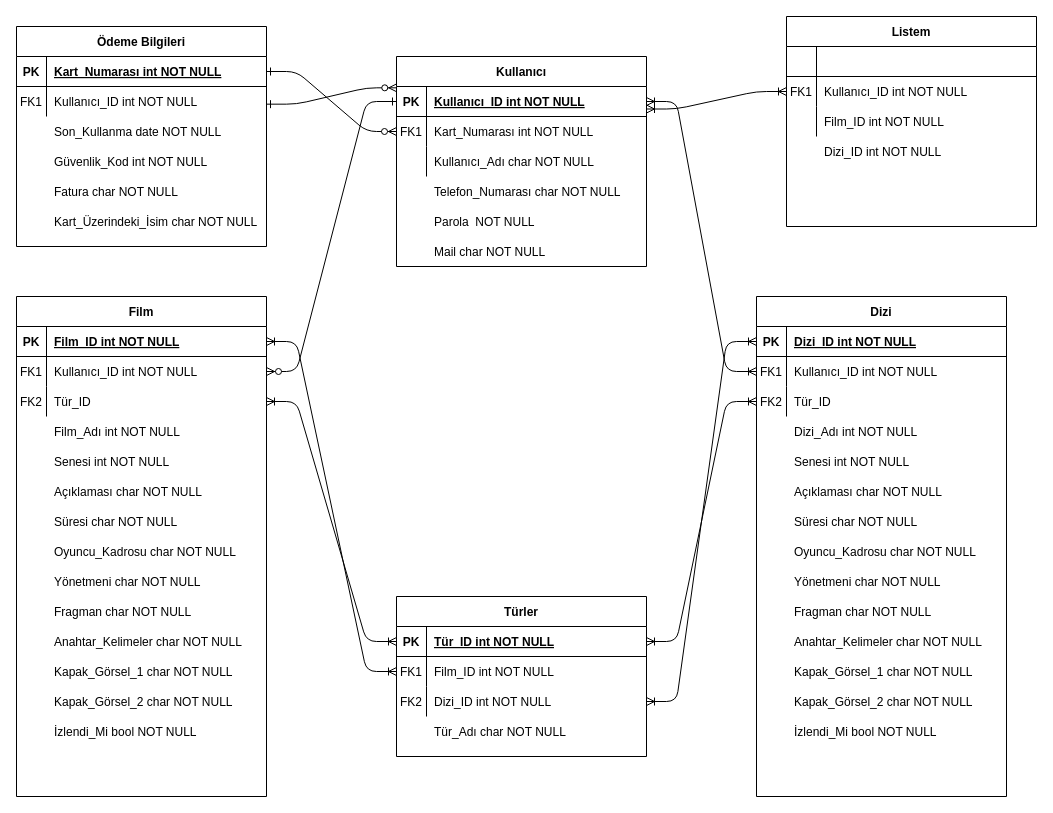
This is netflixv2.drawio from cannozbek/hello-world, a draw.io file, before an edit. Source tidied: cells renumbered, new cells numbered last; positions are measured from the earlier drawing's top-left corner, leaving out a move shared by most shapes. Both pictures are drawn from the tidied source at 100%, with x=0, y=0 at pixel (16, 16).
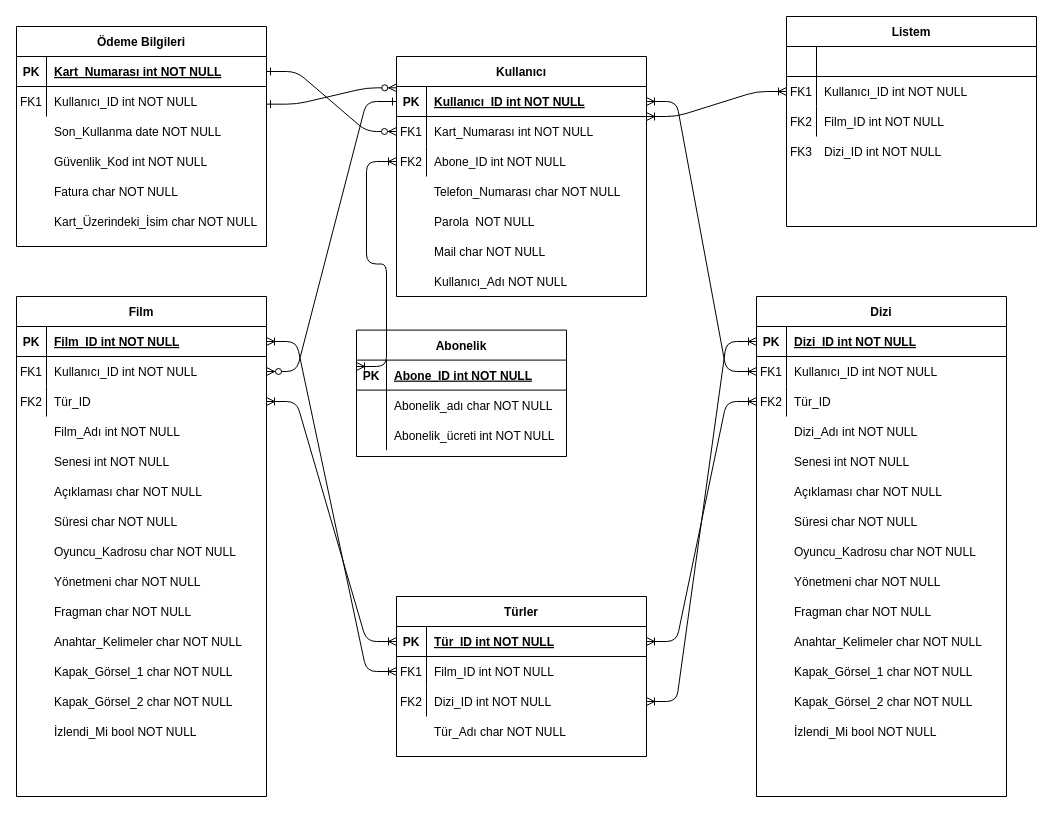
Above is the later version.

Unchanged cells that the change refers to:
```xml
<mxCell id="11" style="shape=partialRectangle;fillColor=none;points=[[0,0.5],[1,0.5]];portConstraint=eastwest;top=0;left=0;right=0;bottom=0;" parent="4" vertex="1">
  <mxGeometry y="90" width="250" height="30" as="geometry" />
</mxCell>
<mxCell id="135" style="shape=partialRectangle;fillColor=none;top=0;left=0;right=0;bottom=0;" parent="128" vertex="1">
  <mxGeometry y="90" width="250" height="30" as="geometry" />
</mxCell>
```

Change to the diagram source:
```diff
@@
     <mxCell id="4" value="Kullanıcı" style="shape=table;startSize=30;childLayout=tableLayout;rowLines=0;fontStyle=1;align=center;" parent="1" vertex="1">
-      <mxGeometry x="380" y="40" width="250" height="210" as="geometry" />
+      <mxGeometry x="380" y="40" width="250" height="240" as="geometry" />
     </mxCell>
@@
-    <mxCell id="12" style="shape=partialRectangle;overflow=hidden;fillColor=none;top=0;left=0;bottom=0;right=0;" parent="11" vertex="1">
+    <mxCell id="12" value="FK2" style="shape=partialRectangle;overflow=hidden;fillColor=none;top=0;left=0;bottom=0;right=0;" parent="11" vertex="1">
       <mxGeometry width="30" height="30" as="geometry" />
     </mxCell>
-    <mxCell id="13" value="Kullanıcı_Adı char NOT NULL" style="shape=partialRectangle;overflow=hidden;fillColor=none;top=0;left=0;bottom=0;right=0;align=left;spacingLeft=6;" parent="11" vertex="1">
+    <mxCell id="13" value="Abone_ID int NOT NULL" style="shape=partialRectangle;overflow=hidden;fillColor=none;top=0;left=0;bottom=0;right=0;align=left;spacingLeft=6;" parent="11" vertex="1">
       <mxGeometry x="30" width="220" height="30" as="geometry" />
     </mxCell>
@@
-    <mxCell id="136" style="shape=partialRectangle;overflow=hidden;fillColor=none;top=0;left=0;bottom=0;right=0;" parent="135" vertex="1">
+    <mxCell id="136" value="FK2" style="shape=partialRectangle;overflow=hidden;fillColor=none;top=0;left=0;bottom=0;right=0;" parent="135" vertex="1">
       <mxGeometry width="30" height="30" as="geometry" />
     </mxCell>
@@
+    <mxCell id="142" value="FK3" style="shape=partialRectangle;overflow=hidden;fillColor=none;top=0;left=0;bottom=0;right=0;" parent="1" vertex="1">
+      <mxGeometry x="770" y="120" width="30" height="30" as="geometry" />
+    </mxCell>
+    <mxCell id="143" value="Abonelik" style="shape=table;startSize=30;childLayout=tableLayout;rowLines=0;fontStyle=1;align=center;" parent="1" vertex="1">
+      <mxGeometry x="340" y="313.6" width="210" height="126.4" as="geometry" />
+    </mxCell>
+    <mxCell id="144" style="shape=partialRectangle;fillColor=none;points=[[0,0.5],[1,0.5]];portConstraint=eastwest;top=0;left=0;right=0;bottom=1;" parent="143" vertex="1">
+      <mxGeometry y="30" width="210" height="30" as="geometry" />
+    </mxCell>
+    <mxCell id="145" value="PK" style="shape=partialRectangle;overflow=hidden;fillColor=none;top=0;left=0;bottom=0;right=0;fontStyle=1;" parent="144" vertex="1">
+      <mxGeometry width="30" height="30" as="geometry" />
+    </mxCell>
+    <mxCell id="146" value="Abone_ID int NOT NULL" style="shape=partialRectangle;overflow=hidden;fillColor=none;top=0;left=0;bottom=0;right=0;align=left;spacingLeft=6;fontStyle=5;" parent="144" vertex="1">
+      <mxGeometry x="30" width="180" height="30" as="geometry" />
+    </mxCell>
+    <mxCell id="147" style="shape=partialRectangle;fillColor=none;top=0;left=0;right=0;bottom=0;" parent="143" vertex="1">
+      <mxGeometry y="60" width="210" height="30" as="geometry" />
+    </mxCell>
+    <mxCell id="148" style="shape=partialRectangle;overflow=hidden;fillColor=none;top=0;left=0;bottom=0;right=0;" parent="147" vertex="1">
+      <mxGeometry width="30" height="30" as="geometry" />
+    </mxCell>
+    <mxCell id="149" value="Abonelik_adı char NOT NULL" style="shape=partialRectangle;overflow=hidden;fillColor=none;top=0;left=0;bottom=0;right=0;align=left;spacingLeft=6;" parent="147" vertex="1">
+      <mxGeometry x="30" width="180" height="30" as="geometry" />
+    </mxCell>
+    <mxCell id="150" style="shape=partialRectangle;fillColor=none;top=0;left=0;right=0;bottom=0;" parent="143" vertex="1">
+      <mxGeometry y="90" width="210" height="30" as="geometry" />
+    </mxCell>
+    <mxCell id="151" style="shape=partialRectangle;overflow=hidden;fillColor=none;top=0;left=0;bottom=0;right=0;" parent="150" vertex="1">
+      <mxGeometry width="30" height="30" as="geometry" />
+    </mxCell>
+    <mxCell id="152" value="Abonelik_ücreti int NOT NULL" style="shape=partialRectangle;overflow=hidden;fillColor=none;top=0;left=0;bottom=0;right=0;align=left;spacingLeft=6;" parent="150" vertex="1">
+      <mxGeometry x="30" width="180" height="30" as="geometry" />
+    </mxCell>
+    <mxCell id="153" style="edgeStyle=entityRelationEdgeStyle;fontSize=12;html=1;endArrow=ERoneToMany;startArrow=ERoneToMany;exitX=0;exitY=0.5;exitDx=0;exitDy=0;entryX=0;entryY=0.213;entryDx=0;entryDy=0;entryPerimeter=0;" parent="1" edge="1" source="11" target="144">
+      <mxGeometry relative="1" as="geometry" />
+    </mxCell>
+    <mxCell id="154" value="Kullanıcı_Adı NOT NULL" style="shape=partialRectangle;overflow=hidden;fillColor=none;top=0;left=0;bottom=0;right=0;align=left;spacingLeft=6;" parent="1" vertex="1">
+      <mxGeometry x="410" y="250" width="220" height="30" as="geometry" />
+    </mxCell>
```
